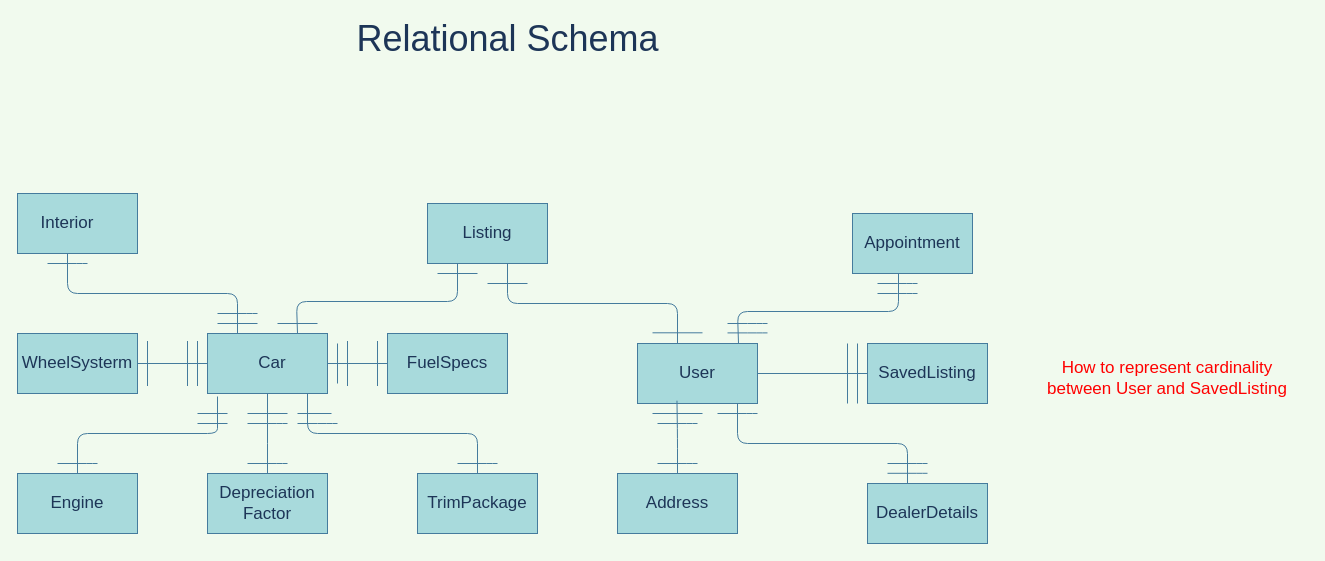
Earlier version of the draw.io diagram Relational_Schema.drawio (abmfocus4/UsedCars-db). Source tidied: cells renumbered, new cells numbered last; positions are measured from the earlier drawing's top-left corner, leaving out a move shared by most shapes. Both pictures are drawn from the tidied source at 100%, with x=0, y=0 at pixel (17, 23).
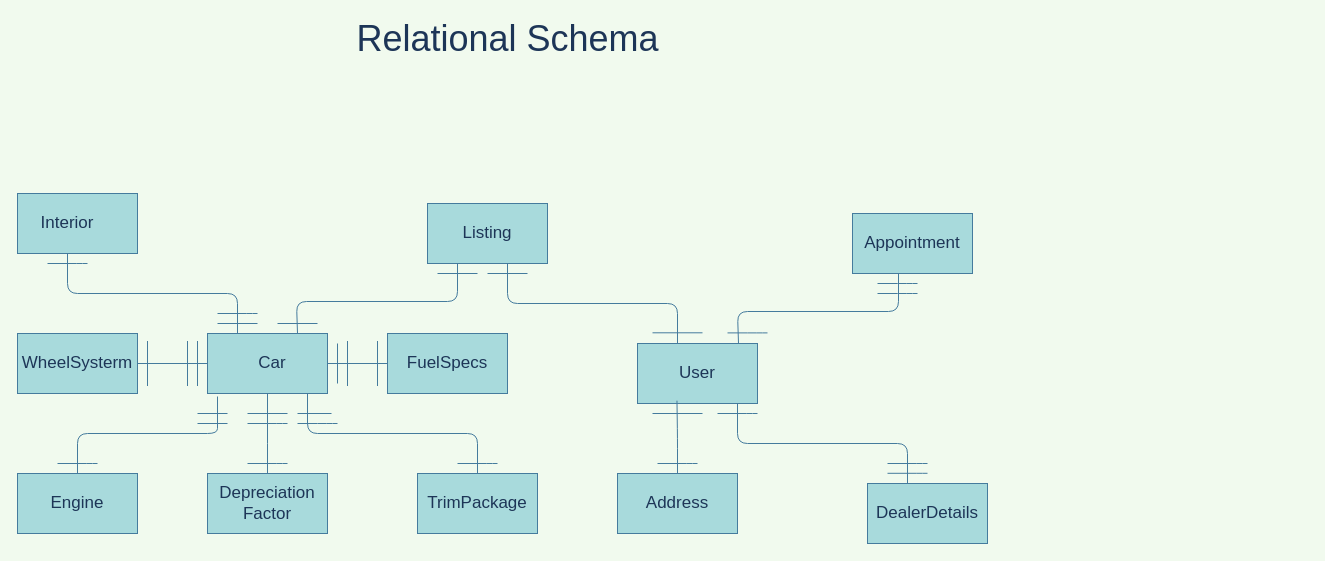
The same diagram, later.

The change refers to these unchanged cells:
```xml
<mxCell id="40" value="User" style="rounded=0;whiteSpace=wrap;html=1;labelBorderColor=none;fontSize=17;fillColor=#A8DADC;strokeColor=#457B9D;fontColor=#1D3557;" parent="1" vertex="1">
  <mxGeometry x="620" y="320" width="120" height="60" as="geometry" />
</mxCell>
```

The edit, as a diff of the source:
```diff
@@
-    <mxCell id="39" style="edgeStyle=orthogonalEdgeStyle;rounded=0;jettySize=auto;html=1;exitX=1;exitY=0.5;exitDx=0;exitDy=0;entryX=0;entryY=0.5;entryDx=0;entryDy=0;endArrow=none;endFill=0;labelBorderColor=none;fontSize=17;strokeColor=#457B9D;fontColor=#1D3557;labelBackgroundColor=#F1FAEE;" parent="1" edge="1" source="40" target="41">
-      <mxGeometry relative="1" as="geometry" />
-    </mxCell>
@@
-    <mxCell id="41" value="SavedListing" style="rounded=0;whiteSpace=wrap;html=1;labelBorderColor=none;fontSize=17;fillColor=#A8DADC;strokeColor=#457B9D;fontColor=#1D3557;" parent="1" vertex="1">
-      <mxGeometry x="850" y="320" width="120" height="60" as="geometry" />
-    </mxCell>
@@
     <mxCell id="44" style="endArrow=none;html=1;labelBorderColor=none;fontSize=17;strokeColor=#457B9D;fontColor=#1D3557;labelBackgroundColor=#F1FAEE;" parent="1" edge="1">
       <mxGeometry relative="1" as="geometry">
-        <mxPoint x="470" y="260" as="sourcePoint" />
-        <mxPoint x="510" y="260" as="targetPoint" />
+        <mxPoint x="470" y="250" as="sourcePoint" />
+        <mxPoint x="510" y="250" as="targetPoint" />
       </mxGeometry>
     </mxCell>
@@
-    <mxCell id="46" style="endArrow=none;html=1;labelBorderColor=none;fontSize=17;strokeColor=#457B9D;fontColor=#1D3557;labelBackgroundColor=#F1FAEE;" parent="1" edge="1">
-      <mxGeometry relative="1" as="geometry">
-        <mxPoint x="840" y="380" as="sourcePoint" />
-        <mxPoint x="840" y="320" as="targetPoint" />
-      </mxGeometry>
-    </mxCell>
-    <mxCell id="47" style="endArrow=none;html=1;labelBorderColor=none;fontSize=17;strokeColor=#457B9D;fontColor=#1D3557;labelBackgroundColor=#F1FAEE;" parent="1" edge="1">
-      <mxGeometry relative="1" as="geometry">
-        <mxPoint x="830" y="380" as="sourcePoint" />
-        <mxPoint x="830" y="320" as="targetPoint" />
-      </mxGeometry>
-    </mxCell>
-    <mxCell id="48" value="&lt;font color=&quot;#ff0000&quot;&gt;How to represent cardinality between User and SavedListing&lt;/font&gt;" style="text;html=1;strokeColor=none;fillColor=none;align=center;verticalAlign=middle;whiteSpace=wrap;rounded=0;labelBorderColor=none;fontSize=17;fontColor=#1D3557;" parent="1" vertex="1">
-      <mxGeometry x="1010" y="320" width="280" height="70" as="geometry" />
-    </mxCell>
@@
-    <mxCell id="50" style="endArrow=none;html=1;labelBorderColor=none;fontSize=17;strokeColor=#457B9D;fontColor=#1D3557;labelBackgroundColor=#F1FAEE;" parent="1" edge="1">
-      <mxGeometry relative="1" as="geometry">
-        <mxPoint x="640" y="400" as="sourcePoint" />
-        <mxPoint x="680" y="400" as="targetPoint" />
-        <Array as="points">
-          <mxPoint x="670" y="400" />
-        </Array>
-      </mxGeometry>
-    </mxCell>
@@
-    <mxCell id="64" style="endArrow=none;html=1;labelBorderColor=none;fontSize=17;strokeColor=#457B9D;fontColor=#1D3557;labelBackgroundColor=#F1FAEE;" parent="1" edge="1">
-      <mxGeometry relative="1" as="geometry">
-        <mxPoint x="710" y="300" as="sourcePoint" />
-        <mxPoint x="750" y="300" as="targetPoint" />
-        <Array as="points">
-          <mxPoint x="740" y="300" />
-        </Array>
-      </mxGeometry>
-    </mxCell>
```
